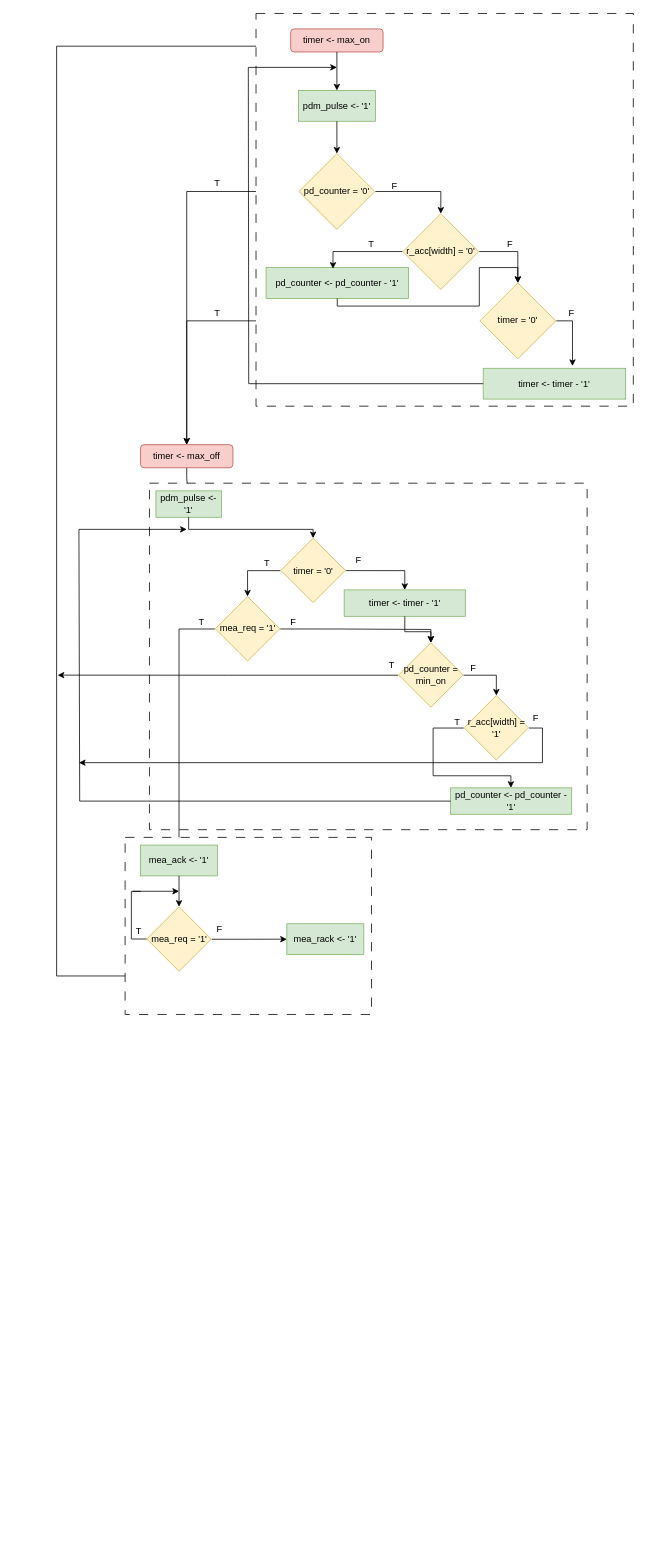
Above: Oblig7/pdm_asmd.drawio in jrundht/IN3160 (draw.io), before the change. Source tidied: cells renumbered, new cells numbered last; positions are measured from the earlier drawing's top-left corner, leaving out a move shared by most shapes. Both pictures are drawn from the tidied source at 77%, with x=0, y=0 at pixel (56, 13).
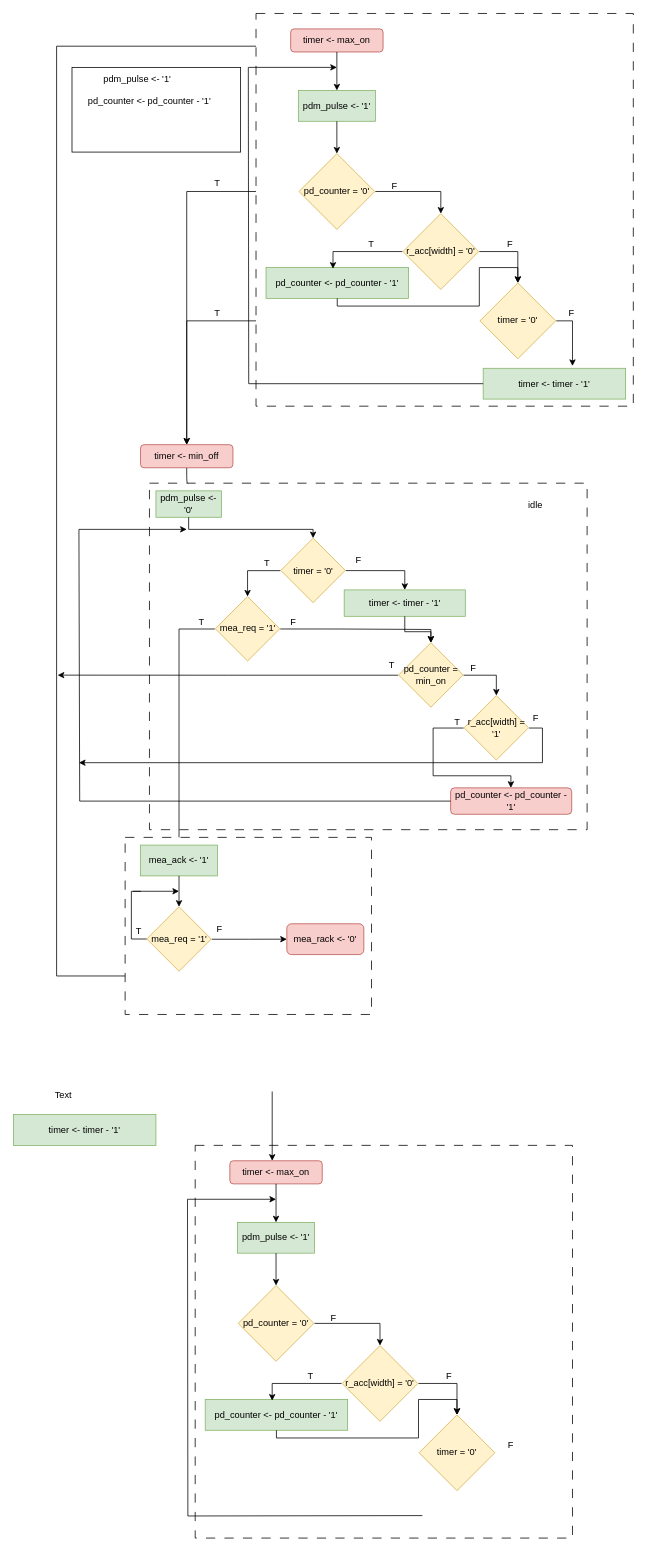
Above is the later version.

The change refers to these unchanged cells:
```xml
<mxCell id="6" style="group;" parent="1" vertex="1">
  <mxGeometry x="129" y="620" width="560" height="440" as="geometry" />
</mxCell>
<mxCell id="61" value="timer &amp;lt;- max_on" style="rounded=1;whiteSpace=wrap;html=1;fillColor=#f8cecc;strokeColor=#b85450;perimeterSpacing=0;glass=0;" parent="59" vertex="1">
  <mxGeometry x="55" y="20" width="120" height="30" as="geometry" />
</mxCell>
```

What changed in the source:
```diff
@@
+    <mxCell id="44" style="edgeStyle=orthogonalEdgeStyle;rounded=0;jettySize=auto;html=1;curved=0;entryX=0;entryY=0.75;entryDx=0;entryDy=0;" parent="1" edge="1" source="53" target="61">
+      <mxGeometry relative="1" as="geometry">
+        <Array as="points">
+          <mxPoint x="349" y="1250" />
+          <mxPoint y="1250" />
+          <mxPoint y="43" />
+        </Array>
+      </mxGeometry>
+    </mxCell>
+    <mxCell id="90" style="rounded=0;whiteSpace=wrap;html=1;" parent="1" vertex="1">
+      <mxGeometry x="20" y="70" width="219" height="110" as="geometry" />
+    </mxCell>
@@
-    <mxCell id="3" value="timer &amp;lt;- max_off" style="rounded=1;whiteSpace=wrap;html=1;fillColor=#f8cecc;strokeColor=#b85450;perimeterSpacing=0;glass=0;" parent="1" vertex="1">
+    <mxCell id="3" value="timer &amp;lt;- min_off" style="rounded=1;whiteSpace=wrap;html=1;fillColor=#f8cecc;strokeColor=#b85450;perimeterSpacing=0;glass=0;" parent="1" vertex="1">
       <mxGeometry x="109" y="560" width="120" height="30" as="geometry" />
     </mxCell>
@@
-    <mxCell id="8" value="pdm_pulse &amp;lt;- '1'" style="rounded=0;whiteSpace=wrap;html=1;fillColor=#d5e8d4;strokeColor=#82b366;" parent="6" vertex="1">
+    <mxCell id="8" value="pdm_pulse &amp;lt;- '0'" style="rounded=0;whiteSpace=wrap;html=1;fillColor=#d5e8d4;strokeColor=#82b366;" parent="6" vertex="1">
       <mxGeometry width="85" height="34.3" as="geometry" />
     </mxCell>
@@
-    <mxCell id="36" value="pd_counter &amp;lt;- pd_counter - '1'" style="rounded=0;whiteSpace=wrap;html=1;fillColor=#d5e8d4;strokeColor=#82b366;" parent="6" vertex="1">
+    <mxCell id="36" value="pd_counter &amp;lt;- pd_counter - '1'" style="rounded=1;whiteSpace=wrap;html=1;fillColor=#f8cecc;strokeColor=#b85450;" parent="6" vertex="1">
       <mxGeometry x="382.7" y="385.7" width="157.3" height="34.3" as="geometry" />
     </mxCell>
@@
+    <mxCell id="91" value="idle" style="text;html=1;align=center;verticalAlign=middle;whiteSpace=wrap;rounded=0;" parent="6" vertex="1">
+      <mxGeometry x="463" y="4" width="60" height="30" as="geometry" />
+    </mxCell>
@@
-    <mxCell id="44" style="edgeStyle=orthogonalEdgeStyle;rounded=0;jettySize=auto;html=1;curved=0;entryX=0;entryY=0.75;entryDx=0;entryDy=0;" parent="1" edge="1" source="53" target="61">
-      <mxGeometry relative="1" as="geometry">
-        <Array as="points">
-          <mxPoint x="349" y="1250" />
-          <mxPoint y="1250" />
-          <mxPoint y="43" />
-        </Array>
-      </mxGeometry>
-    </mxCell>
-    <mxCell id="45" style="group;" parent="1" vertex="1">
+    <mxCell id="45" style="group;rounded=1;" parent="1" vertex="1">
       <mxGeometry x="89" y="1070" width="320" height="230" as="geometry" />
     </mxCell>
@@
-    <mxCell id="53" value="mea_rack &amp;lt;- '1'" style="rounded=0;whiteSpace=wrap;html=1;fillColor=#d5e8d4;strokeColor=#82b366;" parent="45" vertex="1">
+    <mxCell id="53" value="mea_rack &amp;lt;- '0'" style="rounded=1;whiteSpace=wrap;html=1;fillColor=#f8cecc;strokeColor=#b85450;" parent="45" vertex="1">
       <mxGeometry x="210" y="112.2" width="100" height="40" as="geometry" />
     </mxCell>
@@
+    <mxCell id="92" value="pdm_pulse &amp;lt;- '1'" style="text;html=1;align=center;verticalAlign=middle;whiteSpace=wrap;rounded=0;" parent="1" vertex="1">
+      <mxGeometry x="50" y="70" width="110" height="30" as="geometry" />
+    </mxCell>
+    <mxCell id="93" value="pd_counter &amp;lt;- pd_counter - '1'" style="text;whiteSpace=wrap;html=1;" parent="1" vertex="1">
+      <mxGeometry x="39" y="100" width="190" height="40" as="geometry" />
+    </mxCell>
@@
+    <mxCell id="94" style="group;" parent="1" vertex="1">
+      <mxGeometry x="170" y="1470" width="500" height="510" as="geometry" />
+    </mxCell>
+    <mxCell id="95" style="rounded=0;whiteSpace=wrap;html=1;dashed=1;dashPattern=12 12;" parent="94" vertex="1">
+      <mxGeometry x="10" width="490" height="510" as="geometry" />
+    </mxCell>
+    <mxCell id="96" value="timer &amp;lt;- max_on" style="rounded=1;whiteSpace=wrap;html=1;fillColor=#f8cecc;strokeColor=#b85450;perimeterSpacing=0;glass=0;" parent="94" vertex="1">
+      <mxGeometry x="55" y="20" width="120" height="30" as="geometry" />
+    </mxCell>
+    <mxCell id="97" value="pdm_pulse &amp;lt;- '1'" style="rounded=0;whiteSpace=wrap;html=1;fillColor=#d5e8d4;strokeColor=#82b366;" parent="94" vertex="1">
+      <mxGeometry x="65" y="100" width="100" height="40" as="geometry" />
+    </mxCell>
+    <mxCell id="98" style="edgeStyle=orthogonalEdgeStyle;rounded=1;jettySize=auto;html=1;exitX=0.5;exitY=1;exitDx=0;exitDy=0;entryX=0.5;entryY=0;entryDx=0;entryDy=0;" parent="94" edge="1" source="96" target="97">
+      <mxGeometry relative="1" as="geometry" />
+    </mxCell>
+    <mxCell id="99" style="group;" parent="94" vertex="1">
+      <mxGeometry x="65" y="182" width="100" height="98.5" as="geometry" />
+    </mxCell>
+    <mxCell id="100" style="whiteSpace=wrap;html=1;rounded=0;rotation=-45;fillColor=#fff2cc;strokeColor=#d6b656;" parent="99" vertex="1">
+      <mxGeometry x="15.2" y="14.4" width="69.6" height="69.6" as="geometry" />
+    </mxCell>
+    <mxCell id="101" value="pd_counter = '0'" style="text;html=1;align=center;verticalAlign=middle;whiteSpace=wrap;rounded=0;" parent="99" vertex="1">
+      <mxGeometry y="34.2" width="100" height="30" as="geometry" />
+    </mxCell>
+    <mxCell id="102" style="edgeStyle=orthogonalEdgeStyle;rounded=1;jettySize=auto;html=1;entryX=1;entryY=0;entryDx=0;entryDy=0;" parent="94" edge="1" source="97" target="100">
+      <mxGeometry relative="1" as="geometry" />
+    </mxCell>
+    <mxCell id="103" style="group;" parent="94" vertex="1">
+      <mxGeometry x="200" y="260" width="100" height="98.5" as="geometry" />
+    </mxCell>
+    <mxCell id="104" style="whiteSpace=wrap;html=1;rounded=0;rotation=-45;fillColor=#fff2cc;strokeColor=#d6b656;" parent="103" vertex="1">
+      <mxGeometry x="15.2" y="14.4" width="69.6" height="69.6" as="geometry" />
+    </mxCell>
+    <mxCell id="105" value="r_acc[width] = '0'" style="text;html=1;align=center;verticalAlign=middle;whiteSpace=wrap;rounded=0;" parent="103" vertex="1">
+      <mxGeometry y="34.2" width="100" height="30" as="geometry" />
+    </mxCell>
+    <mxCell id="106" style="edgeStyle=orthogonalEdgeStyle;rounded=0;jettySize=auto;html=1;exitX=1;exitY=0.5;exitDx=0;exitDy=0;entryX=1;entryY=0;entryDx=0;entryDy=0;curved=0;" parent="94" edge="1" source="101" target="104">
+      <mxGeometry relative="1" as="geometry" />
+    </mxCell>
+    <mxCell id="107" value="F" style="text;html=1;align=center;verticalAlign=middle;whiteSpace=wrap;rounded=0;" parent="94" vertex="1">
+      <mxGeometry x="180" y="220" width="20" height="10" as="geometry" />
+    </mxCell>
+    <mxCell id="108" value="pd_counter &amp;lt;- pd_counter - '1'" style="rounded=0;whiteSpace=wrap;html=1;fillColor=#d5e8d4;strokeColor=#82b366;" parent="94" vertex="1">
+      <mxGeometry x="23" y="330" width="185" height="40" as="geometry" />
+    </mxCell>
+    <mxCell id="109" style="edgeStyle=orthogonalEdgeStyle;rounded=0;jettySize=auto;html=1;exitX=0;exitY=0.5;exitDx=0;exitDy=0;entryX=0.47;entryY=0.038;entryDx=0;entryDy=0;entryPerimeter=0;curved=0;" parent="94" edge="1" source="105" target="108">
+      <mxGeometry relative="1" as="geometry" />
+    </mxCell>
+    <mxCell id="110" value="T" style="text;html=1;align=center;verticalAlign=middle;whiteSpace=wrap;rounded=0;" parent="94" vertex="1">
+      <mxGeometry x="150" y="290" width="20" height="20" as="geometry" />
+    </mxCell>
+    <mxCell id="111" style="group;" parent="94" vertex="1">
+      <mxGeometry x="300" y="350" width="100" height="98.5" as="geometry" />
+    </mxCell>
+    <mxCell id="112" style="whiteSpace=wrap;html=1;rounded=0;rotation=-45;fillColor=#fff2cc;strokeColor=#d6b656;" parent="111" vertex="1">
+      <mxGeometry x="15.2" y="14.4" width="69.6" height="69.6" as="geometry" />
+    </mxCell>
+    <mxCell id="113" value="timer = '0'" style="text;html=1;align=center;verticalAlign=middle;whiteSpace=wrap;rounded=0;" parent="111" vertex="1">
+      <mxGeometry y="34.2" width="100" height="30" as="geometry" />
+    </mxCell>
+    <mxCell id="114" value="F" style="text;html=1;align=center;verticalAlign=middle;whiteSpace=wrap;rounded=0;" parent="94" vertex="1">
+      <mxGeometry x="330" y="290" width="20" height="20" as="geometry" />
+    </mxCell>
+    <mxCell id="115" value="F" style="text;html=1;align=center;verticalAlign=middle;whiteSpace=wrap;rounded=0;" parent="94" vertex="1">
+      <mxGeometry x="410" y="379.2" width="20" height="20" as="geometry" />
+    </mxCell>
+    <mxCell id="116" style="edgeStyle=orthogonalEdgeStyle;rounded=0;jettySize=auto;html=1;exitX=0.5;exitY=1;exitDx=0;exitDy=0;entryX=1;entryY=0;entryDx=0;entryDy=0;curved=0;" parent="94" edge="1" source="108" target="112">
+      <mxGeometry relative="1" as="geometry">
+        <Array as="points">
+          <mxPoint x="116" y="380" />
+          <mxPoint x="300" y="380" />
+          <mxPoint x="300" y="330" />
+          <mxPoint x="350" y="330" />
+        </Array>
+      </mxGeometry>
+    </mxCell>
+    <mxCell id="117" style="edgeStyle=orthogonalEdgeStyle;rounded=0;jettySize=auto;html=1;curved=0;entryX=1;entryY=0;entryDx=0;entryDy=0;" parent="94" edge="1" source="105" target="112">
+      <mxGeometry relative="1" as="geometry" />
+    </mxCell>
+    <mxCell id="118" style="group;" parent="94" vertex="1">
+      <mxGeometry y="70" width="115" as="geometry" />
+    </mxCell>
+    <mxCell id="119" style="edgeStyle=orthogonalEdgeStyle;rounded=0;orthogonalLoop=1;jettySize=auto;html=1;exitX=0;exitY=0.5;exitDx=0;exitDy=0;curved=0;endArrow=none;endFill=0;" parent="118" edge="1">
+      <mxGeometry relative="1" as="geometry">
+        <mxPoint x="305" y="410.8" as="sourcePoint" />
+        <mxPoint as="targetPoint" />
+      </mxGeometry>
+    </mxCell>
+    <mxCell id="120" style="endArrow=classic;html=1;rounded=1;" parent="118" edge="1">
+      <mxGeometry relative="1" as="geometry">
+        <mxPoint as="sourcePoint" />
+        <mxPoint x="115" as="targetPoint" />
+      </mxGeometry>
+    </mxCell>
+    <mxCell id="121" style="endArrow=classic;html=1;rounded=1;" parent="1" edge="1">
+      <mxGeometry relative="1" as="geometry">
+        <mxPoint x="280" y="1400" as="sourcePoint" />
+        <mxPoint x="280" y="1490" as="targetPoint" />
+      </mxGeometry>
+    </mxCell>
+    <mxCell id="122" value="timer &amp;lt;- timer - '1'" style="rounded=0;whiteSpace=wrap;html=1;fillColor=#d5e8d4;strokeColor=#82b366;" parent="1" vertex="1">
+      <mxGeometry x="-56" y="1430" width="185" height="40" as="geometry" />
+    </mxCell>
+    <mxCell id="123" value="Text" style="text;html=1;align=center;verticalAlign=middle;whiteSpace=wrap;rounded=0;" parent="1" vertex="1">
+      <mxGeometry x="-21" y="1390" width="60" height="30" as="geometry" />
+    </mxCell>
```
